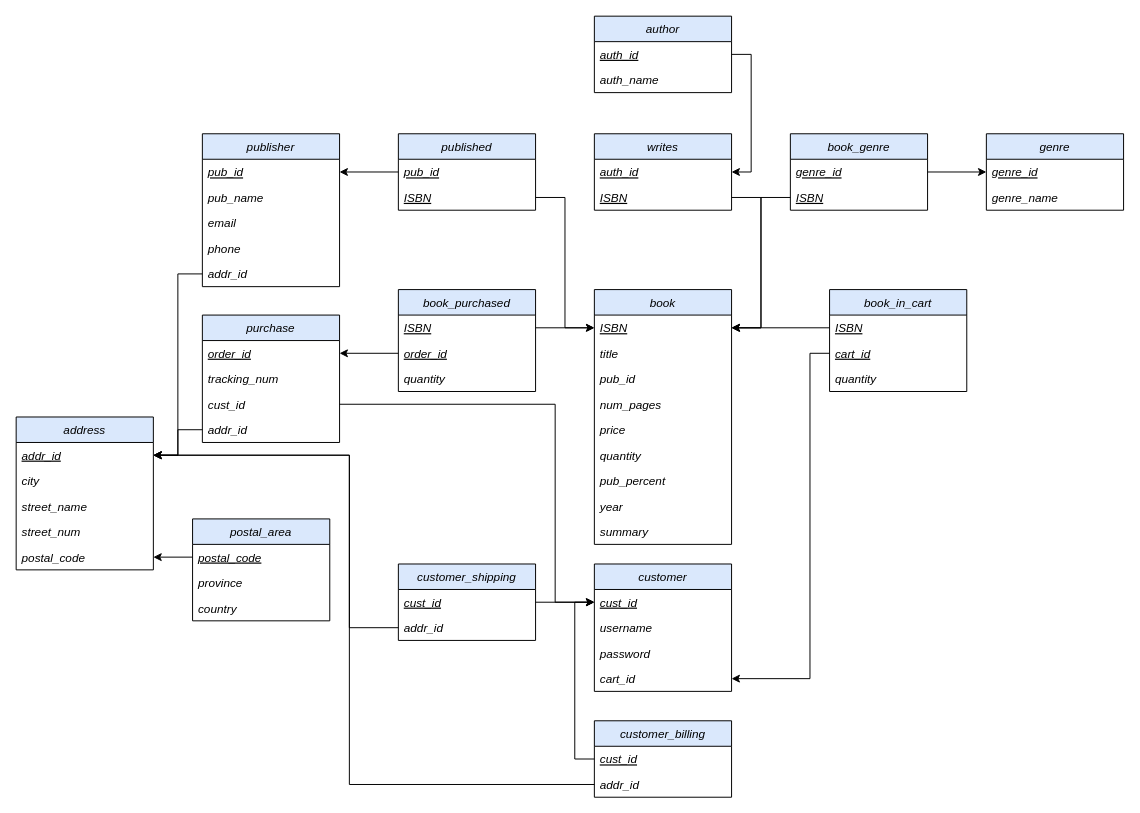
The draw.io diagram Diagrams/schema.drawio in shaejsp/3005Project, before the edit. Source tidied: cells renumbered, new cells numbered last; positions are measured from the earlier drawing's top-left corner, leaving out a move shared by most shapes. Both pictures are drawn from the tidied source at 98%, with x=0, y=0 at pixel (16, 16).
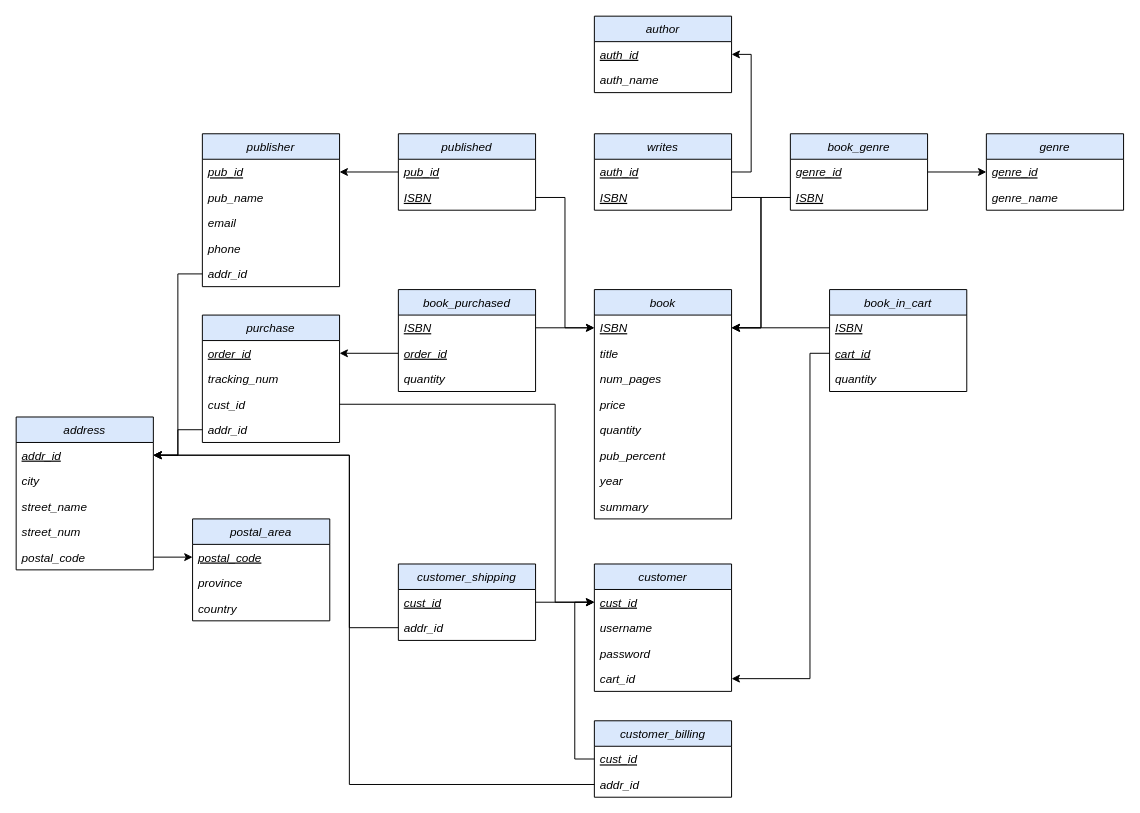
After the change.

Commit message (it also covers changes not shown here):
updated diagrams, made SQL stuff match diagrams

The change refers to these unchanged cells:
```xml
<mxCell id="42" value="auth_id" style="text;strokeColor=none;fillColor=none;align=left;verticalAlign=top;spacingLeft=4;spacingRight=4;overflow=hidden;points=[[0,0.5],[1,0.5]];portConstraint=eastwest;fontStyle=6;" parent="41" vertex="1">
  <mxGeometry y="26" width="140" height="26" as="geometry" />
</mxCell>
<mxCell id="72" value="postal_code" style="text;strokeColor=none;fillColor=none;align=left;verticalAlign=top;spacingLeft=4;spacingRight=4;overflow=hidden;points=[[0,0.5],[1,0.5]];portConstraint=eastwest;fontStyle=2;" parent="67" vertex="1">
  <mxGeometry y="130" width="140" height="26" as="geometry" />
</mxCell>
<mxCell id="74" value="postal_code" style="text;strokeColor=none;fillColor=none;align=left;verticalAlign=top;spacingLeft=4;spacingRight=4;overflow=hidden;points=[[0,0.5],[1,0.5]];portConstraint=eastwest;fontStyle=6;" parent="73" vertex="1">
  <mxGeometry y="26" width="140" height="26" as="geometry" />
</mxCell>
<mxCell id="78" value="auth_id" style="text;strokeColor=none;fillColor=none;align=left;verticalAlign=top;spacingLeft=4;spacingRight=4;overflow=hidden;points=[[0,0.5],[1,0.5]];portConstraint=eastwest;fontStyle=6;" parent="77" vertex="1">
  <mxGeometry y="26" width="140" height="26" as="geometry" />
</mxCell>
```

The edit, as a diff of the source:
```diff
@@
-    <mxCell id="15" style="edgeStyle=orthogonalEdgeStyle;rounded=0;jettySize=auto;html=1;entryX=1;entryY=0.5;entryDx=0;entryDy=0;" parent="1" edge="1" source="74" target="72">
+    <mxCell id="15" style="edgeStyle=orthogonalEdgeStyle;rounded=0;jettySize=auto;html=1;entryX=1;entryY=0.5;entryDx=0;entryDy=0;startArrow=classic;startFill=1;endArrow=none;endFill=0;" parent="1" edge="1" source="74" target="72">
       <mxGeometry relative="1" as="geometry" />
     </mxCell>
@@
     <mxCell id="31" value="book" style="swimlane;fontStyle=2;horizontal=1;startSize=26;fillColor=#dae8fc;strokeColor=#000000;strokeWidth=1;" parent="1" vertex="1">
-      <mxGeometry x="590" y="279" width="140" height="260" as="geometry" />
+      <mxGeometry x="590" y="279" width="140" height="234" as="geometry" />
     </mxCell>
@@
-    <mxCell id="34" value="pub_id" style="text;strokeColor=none;fillColor=none;align=left;verticalAlign=top;spacingLeft=4;spacingRight=4;overflow=hidden;fontStyle=2;" parent="31" vertex="1">
-      <mxGeometry y="78" width="140" height="26" as="geometry" />
-    </mxCell>
     <mxCell id="35" value="num_pages" style="text;strokeColor=none;fillColor=none;align=left;verticalAlign=top;spacingLeft=4;spacingRight=4;overflow=hidden;fontStyle=2;" parent="31" vertex="1">
-      <mxGeometry y="104" width="140" height="26" as="geometry" />
+      <mxGeometry y="78" width="140" height="26" as="geometry" />
     </mxCell>
     <mxCell id="36" value="price" style="text;strokeColor=none;fillColor=none;align=left;verticalAlign=top;spacingLeft=4;spacingRight=4;overflow=hidden;fontStyle=2;" parent="31" vertex="1">
-      <mxGeometry y="130" width="140" height="26" as="geometry" />
+      <mxGeometry y="104" width="140" height="26" as="geometry" />
     </mxCell>
     <mxCell id="37" value="quantity" style="text;strokeColor=none;fillColor=none;align=left;verticalAlign=top;spacingLeft=4;spacingRight=4;overflow=hidden;fontStyle=2;" parent="31" vertex="1">
-      <mxGeometry y="156" width="140" height="26" as="geometry" />
+      <mxGeometry y="130" width="140" height="26" as="geometry" />
     </mxCell>
     <mxCell id="38" value="pub_percent" style="text;strokeColor=none;fillColor=none;align=left;verticalAlign=top;spacingLeft=4;spacingRight=4;overflow=hidden;fontStyle=2;" parent="31" vertex="1">
-      <mxGeometry y="182" width="140" height="26" as="geometry" />
+      <mxGeometry y="156" width="140" height="26" as="geometry" />
     </mxCell>
     <mxCell id="39" value="year" style="text;strokeColor=none;fillColor=none;align=left;verticalAlign=top;spacingLeft=4;spacingRight=4;overflow=hidden;fontStyle=2;" parent="31" vertex="1">
-      <mxGeometry y="208" width="140" height="26" as="geometry" />
+      <mxGeometry y="182" width="140" height="26" as="geometry" />
     </mxCell>
     <mxCell id="40" value="summary" style="text;strokeColor=none;fillColor=none;align=left;verticalAlign=top;spacingLeft=4;spacingRight=4;overflow=hidden;fontStyle=2;" parent="31" vertex="1">
-      <mxGeometry y="234" width="140" height="26" as="geometry" />
+      <mxGeometry y="208" width="140" height="26" as="geometry" />
     </mxCell>
@@
-    <mxCell id="83" style="edgeStyle=orthogonalEdgeStyle;rounded=0;jettySize=auto;html=1;exitX=1;exitY=0.5;exitDx=0;exitDy=0;entryX=1;entryY=0.5;entryDx=0;entryDy=0;" parent="1" edge="1" source="78" target="42">
+    <mxCell id="83" style="edgeStyle=orthogonalEdgeStyle;rounded=0;jettySize=auto;html=1;exitX=1;exitY=0.5;exitDx=0;exitDy=0;entryX=1;entryY=0.5;entryDx=0;entryDy=0;startArrow=classic;startFill=1;endArrow=none;endFill=0;" parent="1" edge="1" source="78" target="42">
       <mxGeometry relative="1" as="geometry" />
     </mxCell>
```
